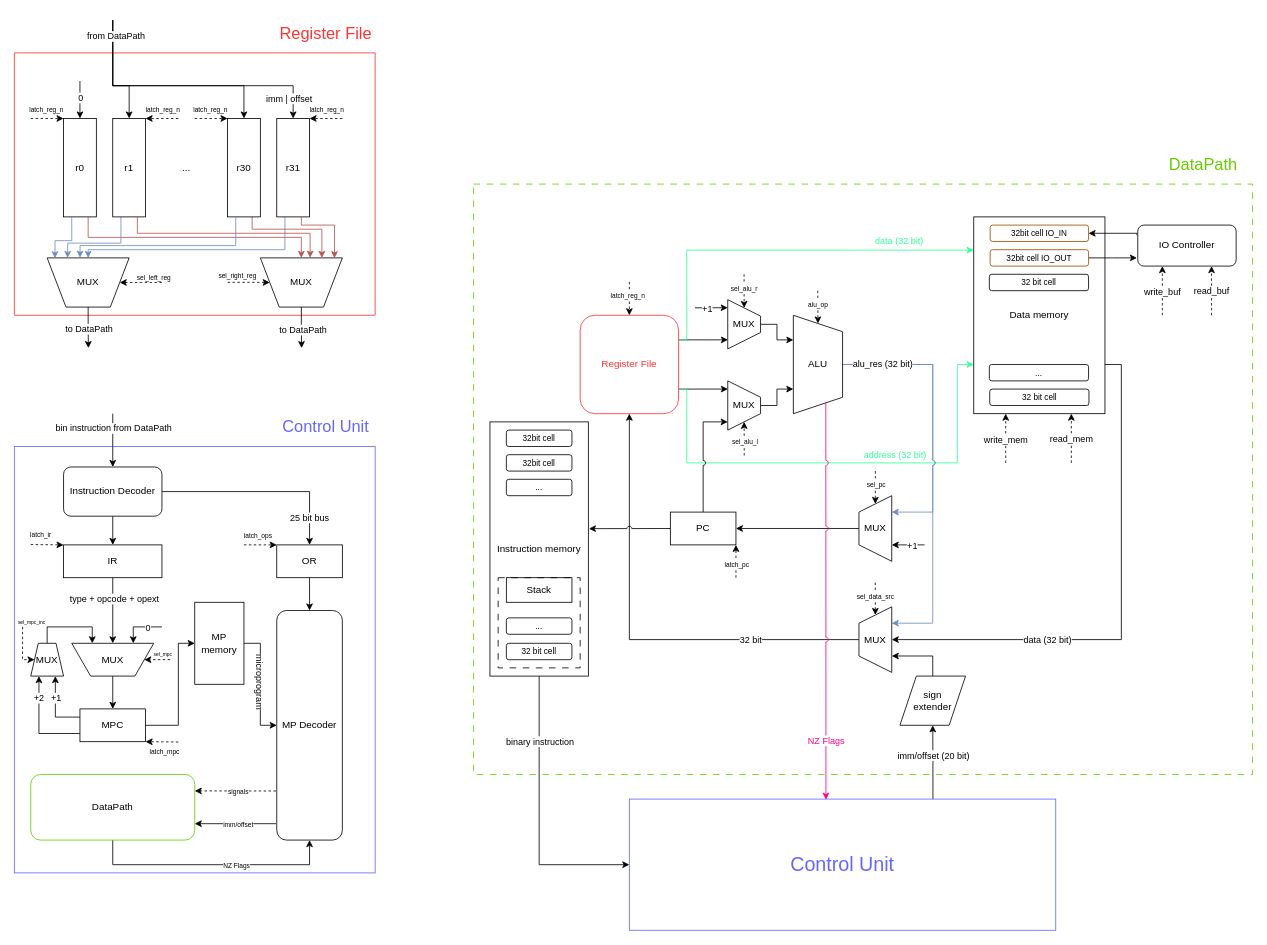
Before: scheme/Machine_scheme.drawio in bilyardvmetro/CSA-Lab4, a draw.io diagram. Source tidied: cells renumbered, new cells numbered last; positions are measured from the earlier drawing's top-left corner, leaving out a move shared by most shapes. Both pictures are drawn from the tidied source at 82%, with x=0, y=0 at pixel (14, 20).
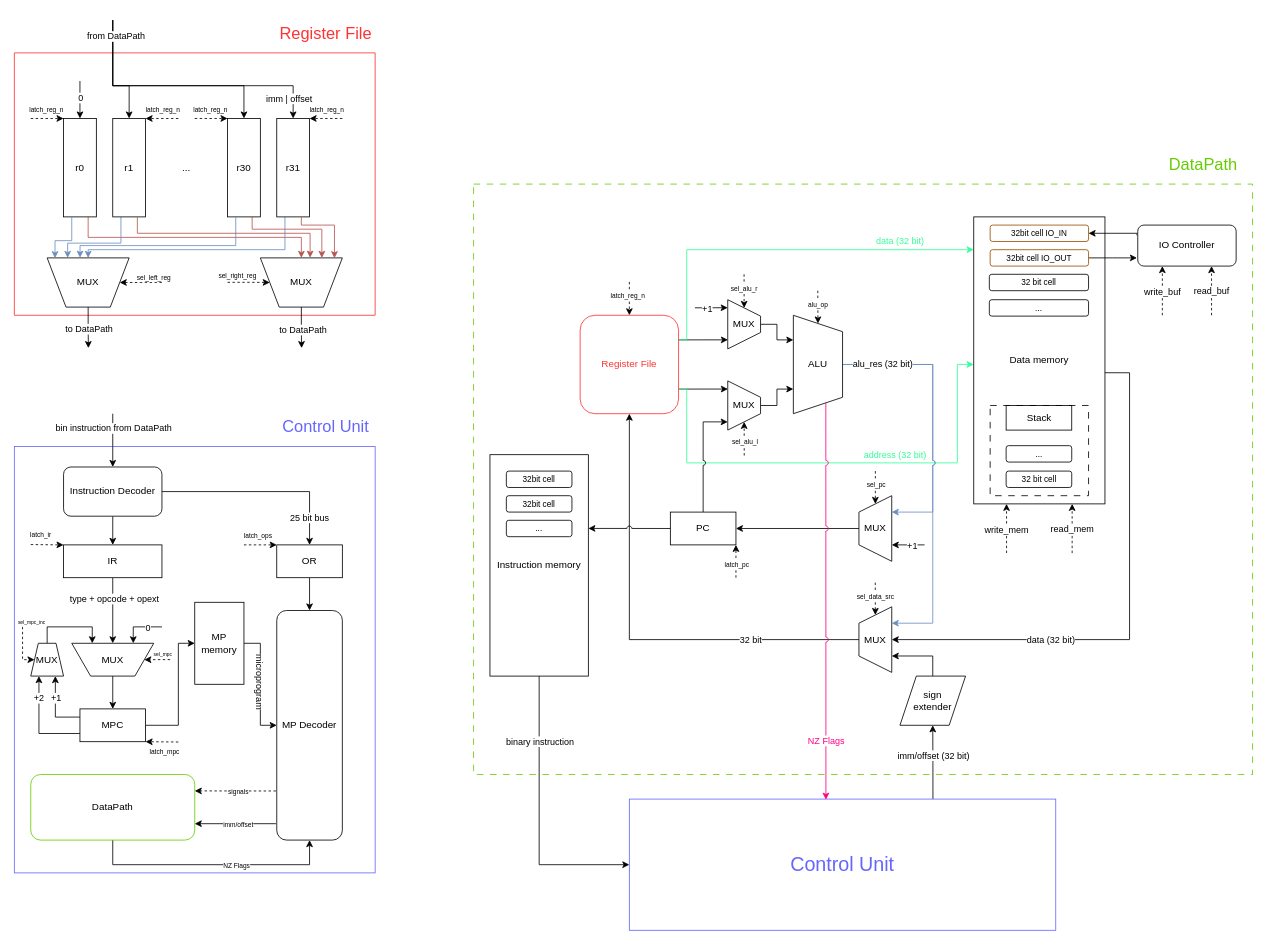
After the change.

The change refers to these unchanged cells:
```xml
<mxCell id="85" style="edgeStyle=orthogonalEdgeStyle;rounded=0;jettySize=auto;html=1;exitX=0.712;exitY=0.005;exitDx=0;exitDy=0;exitPerimeter=0;entryX=0.5;entryY=1;entryDx=0;entryDy=0;" parent="1" edge="1" source="87" target="167">
  <mxGeometry relative="1" as="geometry" />
</mxCell>
<mxCell id="120" value="&lt;font style=&quot;color: rgb(255, 51, 51);&quot;&gt;Register File&lt;/font&gt;" style="rounded=1;whiteSpace=wrap;html=1;strokeColor=#FF3333;" parent="1" vertex="1">
  <mxGeometry x="690" y="360" width="120" height="120" as="geometry" />
</mxCell>
<mxCell id="150" value="MUX" style="shape=trapezoid;perimeter=trapezoidPerimeter;whiteSpace=wrap;html=1;fixedSize=1;direction=north;" parent="1" vertex="1">
  <mxGeometry x="1030" y="715.5" width="40" height="80" as="geometry" />
</mxCell>
<mxCell id="154" value="PC" style="rounded=0;whiteSpace=wrap;html=1;" parent="1" vertex="1">
  <mxGeometry x="800" y="600" width="80" height="40" as="geometry" />
</mxCell>
```

The edit, as a diff of the source:
```diff
@@
-    <mxCell id="86" value="imm/offset (20 bit)" style="edgeLabel;html=1;align=center;verticalAlign=middle;rotation=0;" parent="85" vertex="1">
+    <mxCell id="86" value="imm/offset (32 bit)" style="edgeLabel;html=1;align=center;verticalAlign=middle;rotation=0;" parent="85" vertex="1">
       <mxGeometry x="-0.53" y="5" relative="1" as="geometry">
         <mxPoint x="5" y="-33" as="offset" />
       </mxGeometry>
     </mxCell>
@@
     <mxCell id="90" value="Instruction memory" style="rounded=0;whiteSpace=wrap;html=1;fillColor=none;" parent="1" vertex="1">
-      <mxGeometry x="580" y="490" width="120" height="310" as="geometry" />
+      <mxGeometry x="580" y="530" width="120" height="270" as="geometry" />
     </mxCell>
     <mxCell id="91" value="&lt;font style=&quot;font-size: 10px;&quot;&gt;32bit cell&lt;/font&gt;" style="rounded=1;whiteSpace=wrap;html=1;" parent="1" vertex="1">
-      <mxGeometry x="600" y="500" width="80" height="20" as="geometry" />
+      <mxGeometry x="600" y="550" width="80" height="20" as="geometry" />
     </mxCell>
     <mxCell id="92" value="&lt;font style=&quot;font-size: 10px;&quot;&gt;32bit cell&lt;/font&gt;" style="rounded=1;whiteSpace=wrap;html=1;" parent="1" vertex="1">
-      <mxGeometry x="600" y="530" width="80" height="20" as="geometry" />
+      <mxGeometry x="600" y="580" width="80" height="20" as="geometry" />
     </mxCell>
     <mxCell id="93" style="rounded=0;whiteSpace=wrap;html=1;fillColor=none;dashed=1;dashPattern=8 8;" parent="1" vertex="1">
-      <mxGeometry x="590" y="680" width="100" height="110" as="geometry" />
+      <mxGeometry x="1190" y="470" width="120" height="110" as="geometry" />
     </mxCell>
     <mxCell id="94" value="Stack" style="text;html=1;align=center;verticalAlign=middle;whiteSpace=wrap;rounded=0;strokeColor=default;" parent="1" vertex="1">
-      <mxGeometry x="600" y="680" width="80" height="30" as="geometry" />
+      <mxGeometry x="1209.5" y="470" width="80" height="30" as="geometry" />
     </mxCell>
     <mxCell id="95" value="&lt;font style=&quot;font-size: 10px;&quot;&gt;32 bit cell&lt;/font&gt;" style="rounded=1;whiteSpace=wrap;html=1;" parent="1" vertex="1">
-      <mxGeometry x="600" y="760" width="80" height="20" as="geometry" />
+      <mxGeometry x="1209.5" y="550" width="80" height="20" as="geometry" />
     </mxCell>
-    <mxCell id="96" style="edgeStyle=orthogonalEdgeStyle;rounded=0;jettySize=auto;html=1;exitX=1;exitY=0.75;exitDx=0;exitDy=0;entryX=0.5;entryY=1;entryDx=0;entryDy=0;" parent="1" edge="1" source="98" target="150">
-      <mxGeometry relative="1" as="geometry" />
+    <mxCell id="96" style="edgeStyle=orthogonalEdgeStyle;rounded=0;jettySize=auto;html=1;entryX=0.5;entryY=1;entryDx=0;entryDy=0;exitX=1;exitY=0.543;exitDx=0;exitDy=0;exitPerimeter=0;" parent="1" edge="1" source="98" target="150">
+      <mxGeometry relative="1" as="geometry">
+        <Array as="points">
+          <mxPoint x="1360" y="430" />
+          <mxPoint x="1360" y="756" />
+        </Array>
+      </mxGeometry>
     </mxCell>
@@
     <mxCell id="98" value="Data memory" style="rounded=0;whiteSpace=wrap;html=1;fillColor=none;" parent="1" vertex="1">
-      <mxGeometry x="1170" y="240" width="160" height="240" as="geometry" />
+      <mxGeometry x="1170" y="240" width="160" height="350" as="geometry" />
     </mxCell>
@@
-    <mxCell id="109" style="endArrow=classic;html=1;rounded=0;entryX=0.25;entryY=1;entryDx=0;entryDy=0;dashed=1;" parent="1" edge="1">
+    <mxCell id="109" style="endArrow=classic;html=1;rounded=0;entryX=0.25;entryY=1;entryDx=0;entryDy=0;dashed=1;" parent="1" edge="1" target="98">
       <mxGeometry relative="1" as="geometry">
-        <mxPoint x="1209" y="540" as="sourcePoint" />
-        <mxPoint x="1209" y="480" as="targetPoint" />
+        <mxPoint x="1210" y="650" as="sourcePoint" />
       </mxGeometry>
     </mxCell>
@@
-    <mxCell id="111" style="endArrow=classic;html=1;rounded=0;entryX=0.75;entryY=1;entryDx=0;entryDy=0;dashed=1;" parent="1" edge="1">
+    <mxCell id="111" style="endArrow=classic;html=1;rounded=0;entryX=0.75;entryY=1;entryDx=0;entryDy=0;dashed=1;" parent="1" edge="1" target="98">
       <mxGeometry relative="1" as="geometry">
-        <mxPoint x="1289" y="540" as="sourcePoint" />
-        <mxPoint x="1289" y="480" as="targetPoint" />
+        <mxPoint x="1290" y="650" as="sourcePoint" />
       </mxGeometry>
     </mxCell>
@@
     <mxCell id="113" value="&lt;font style=&quot;font-size: 10px;&quot;&gt;...&lt;/font&gt;" style="rounded=1;whiteSpace=wrap;html=1;" parent="1" vertex="1">
-      <mxGeometry x="1189" y="420" width="121" height="20" as="geometry" />
+      <mxGeometry x="1189" y="341" width="121" height="20" as="geometry" />
     </mxCell>
-    <mxCell id="114" value="&lt;font style=&quot;font-size: 10px;&quot;&gt;32 bit cell&lt;/font&gt;" style="rounded=1;whiteSpace=wrap;html=1;" parent="1" vertex="1">
-      <mxGeometry x="1189.5" y="450" width="121" height="20" as="geometry" />
-    </mxCell>
     <mxCell id="115" value="&lt;span style=&quot;font-size: 10px;&quot;&gt;...&lt;/span&gt;" style="rounded=1;whiteSpace=wrap;html=1;" parent="1" vertex="1">
-      <mxGeometry x="600" y="729" width="80" height="20" as="geometry" />
+      <mxGeometry x="1209.5" y="519" width="80" height="20" as="geometry" />
     </mxCell>
     <mxCell id="116" value="&lt;span style=&quot;font-size: 10px;&quot;&gt;...&lt;/span&gt;" style="rounded=1;whiteSpace=wrap;html=1;" parent="1" vertex="1">
-      <mxGeometry x="600" y="560" width="80" height="20" as="geometry" />
+      <mxGeometry x="600" y="610" width="80" height="20" as="geometry" />
     </mxCell>
@@
-    <mxCell id="118" style="edgeStyle=orthogonalEdgeStyle;rounded=0;jettySize=auto;html=1;exitX=1;exitY=0.75;exitDx=0;exitDy=0;entryX=0;entryY=0.75;entryDx=0;entryDy=0;strokeColor=#33FF99;" parent="1" edge="1" source="120" target="98">
+    <mxCell id="118" style="edgeStyle=orthogonalEdgeStyle;rounded=0;jettySize=auto;html=1;exitX=1;exitY=0.75;exitDx=0;exitDy=0;strokeColor=#33FF99;entryX=0;entryY=0.514;entryDx=0;entryDy=0;entryPerimeter=0;" parent="1" edge="1" source="120" target="98">
       <mxGeometry relative="1" as="geometry">
         <Array as="points">
           <mxPoint x="820" y="450" />
           <mxPoint x="820" y="540" />
           <mxPoint x="1150" y="540" />
           <mxPoint x="1150" y="420" />
         </Array>
       </mxGeometry>
     </mxCell>
@@
-    <mxCell id="132" style="edgeStyle=orthogonalEdgeStyle;rounded=0;jettySize=auto;html=1;exitX=1;exitY=0.25;exitDx=0;exitDy=0;entryX=0;entryY=0.169;entryDx=0;entryDy=0;entryPerimeter=0;strokeColor=#33FF99;" parent="1" edge="1" source="120" target="98">
+    <mxCell id="132" style="edgeStyle=orthogonalEdgeStyle;rounded=0;jettySize=auto;html=1;exitX=1;exitY=0.25;exitDx=0;exitDy=0;strokeColor=#33FF99;entryX=0;entryY=0.114;entryDx=0;entryDy=0;entryPerimeter=0;" parent="1" edge="1" source="120" target="98">
       <mxGeometry relative="1" as="geometry">
         <Array as="points">
           <mxPoint x="820" y="390" />
-          <mxPoint x="820" y="281" />
+          <mxPoint x="820" y="280" />
+          <mxPoint x="1160" y="280" />
         </Array>
       </mxGeometry>
     </mxCell>
@@
-    <mxCell id="163" style="edgeStyle=orthogonalEdgeStyle;rounded=0;jettySize=auto;html=1;exitX=0;exitY=0.5;exitDx=0;exitDy=0;entryX=1.006;entryY=0.42;entryDx=0;entryDy=0;entryPerimeter=0;jumpStyle=arc;" parent="1" edge="1" source="154" target="90">
+    <mxCell id="163" style="edgeStyle=orthogonalEdgeStyle;rounded=0;jettySize=auto;html=1;exitX=0;exitY=0.5;exitDx=0;exitDy=0;jumpStyle=arc;entryX=1;entryY=0.333;entryDx=0;entryDy=0;entryPerimeter=0;" parent="1" edge="1" source="154" target="90">
       <mxGeometry relative="1" as="geometry" />
     </mxCell>
```
